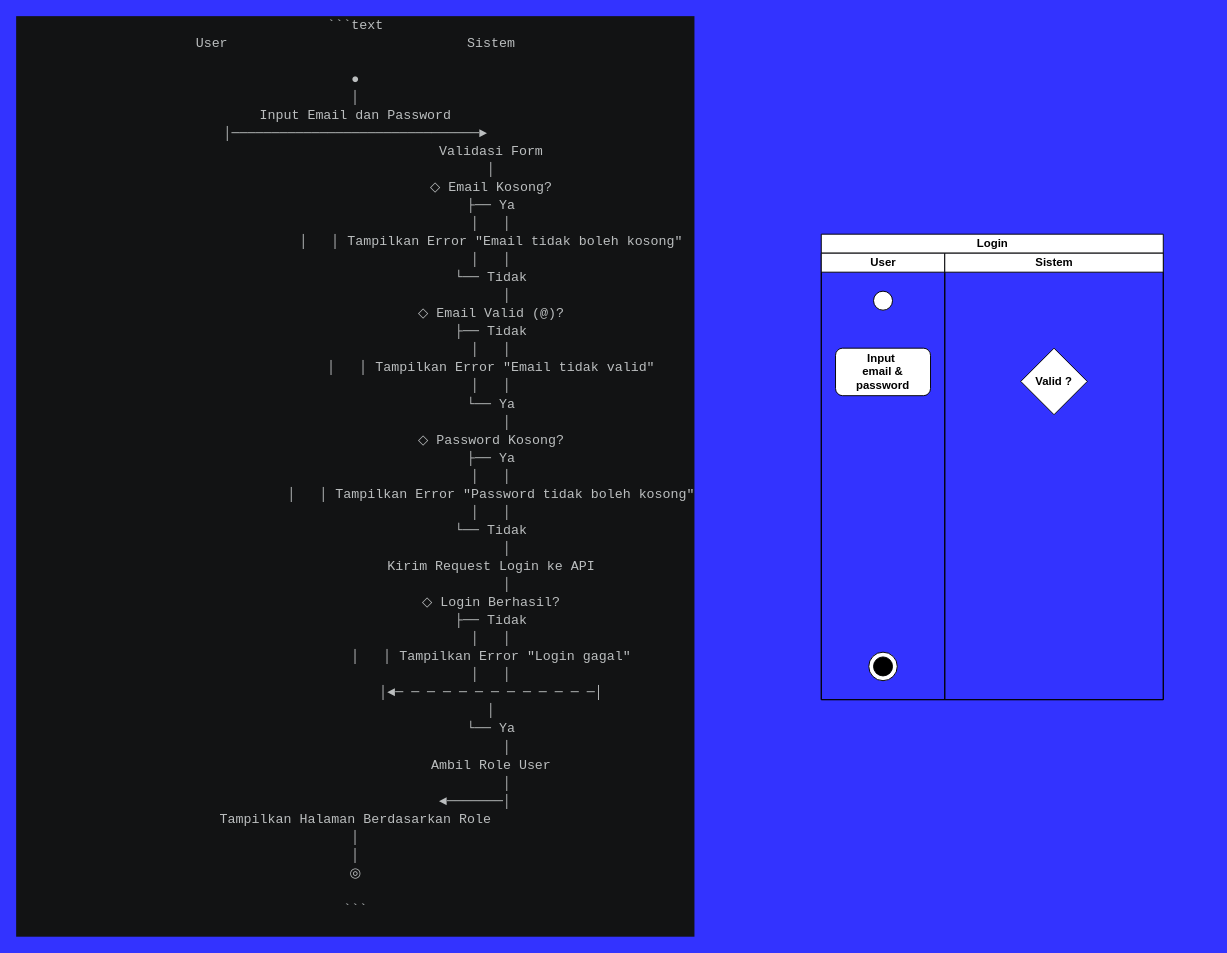
Before: page "login" (6 of 6) of assets/uml/activity-diagram.drawio in RIOKOWI/warmindo_purnama_flutter, a draw.io diagram. Source tidied: cells renumbered, new cells numbered last; positions are measured from the earlier drawing's top-left corner, leaving out a move shared by most shapes. Both pictures are drawn from the tidied source at 95%, with x=0, y=0 at pixel (327, 234).
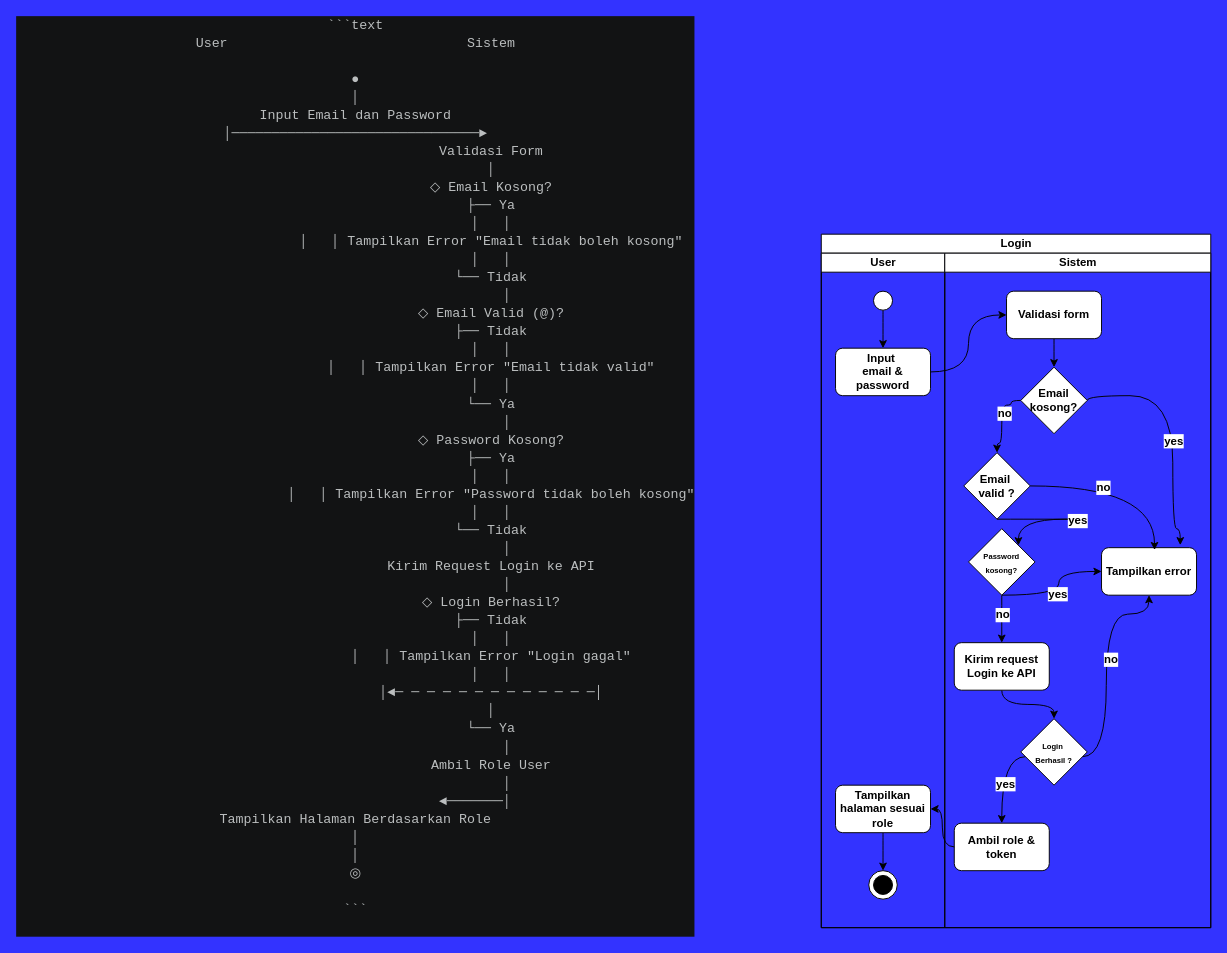
The same diagram, later.

Commit message:
docs(uml): activity diagram login

The change refers to these unchanged cells:
```xml
<mxCell id="5" style="ellipse;whiteSpace=wrap;html=1;strokeColor=default;align=center;verticalAlign=middle;fontFamily=Helvetica;fontSize=12;fontColor=default;fontStyle=1;fillColor=default;" parent="4" vertex="1">
  <mxGeometry x="55" y="40" width="20" height="20" as="geometry" />
</mxCell>
<mxCell id="7" style="ellipse;whiteSpace=wrap;html=1;strokeColor=default;align=center;verticalAlign=middle;fontFamily=Helvetica;fontSize=12;fontColor=default;fontStyle=1;fillColor=default;" parent="6" vertex="1">
  <mxGeometry width="30" height="30" as="geometry" />
</mxCell>
<mxCell id="9" value="Input&amp;nbsp;&lt;div&gt;email &amp;amp; password&lt;/div&gt;" style="rounded=1;whiteSpace=wrap;html=1;strokeColor=default;align=center;verticalAlign=middle;fontFamily=Helvetica;fontSize=12;fontColor=default;fontStyle=1;fillColor=default;" parent="4" vertex="1">
  <mxGeometry x="15" y="100" width="100" height="50" as="geometry" />
</mxCell>
```

Change to the diagram source:
```diff
@@
     <mxCell id="3" value="Login" style="swimlane;startSize=20;html=1;" parent="1" vertex="1">
-      <mxGeometry x="520" width="360" height="490" as="geometry" />
+      <mxGeometry x="520" width="410" height="730" as="geometry" />
     </mxCell>
     <mxCell id="4" value="User" style="swimlane;startSize=20;html=1;" parent="3" vertex="1">
-      <mxGeometry y="20" width="130" height="470" as="geometry" />
+      <mxGeometry y="20" width="130" height="710" as="geometry" />
     </mxCell>
+    <mxCell id="12" style="edgeStyle=orthogonalEdgeStyle;shape=connector;curved=1;rounded=1;html=1;strokeColor=default;align=center;verticalAlign=middle;fontFamily=Helvetica;fontSize=12;fontColor=default;fontStyle=1;labelBackgroundColor=default;endArrow=classic;" parent="4" edge="1" source="5" target="9">
+      <mxGeometry relative="1" as="geometry" />
+    </mxCell>
@@
     <mxCell id="6" style="group;" parent="4" vertex="1">
-      <mxGeometry x="50" y="420" width="30" height="30" as="geometry" />
+      <mxGeometry x="50" y="650" width="30" height="30" as="geometry" />
     </mxCell>
@@
+    <mxCell id="13" style="edgeStyle=orthogonalEdgeStyle;shape=connector;curved=1;rounded=1;html=1;entryX=0.5;entryY=0;entryDx=0;entryDy=0;strokeColor=default;align=center;verticalAlign=middle;fontFamily=Helvetica;fontSize=12;fontColor=default;fontStyle=1;labelBackgroundColor=default;endArrow=classic;" parent="4" edge="1" source="14" target="7">
+      <mxGeometry relative="1" as="geometry" />
+    </mxCell>
+    <mxCell id="14" value="Tampilkan halaman sesuai role" style="rounded=1;whiteSpace=wrap;html=1;strokeColor=default;align=center;verticalAlign=middle;fontFamily=Helvetica;fontSize=12;fontColor=default;fontStyle=1;fillColor=default;" parent="4" vertex="1">
+      <mxGeometry x="15" y="560" width="100" height="50" as="geometry" />
+    </mxCell>
     <mxCell id="10" value="Sistem" style="swimlane;startSize=20;html=1;" parent="3" vertex="1">
-      <mxGeometry x="130" y="20" width="230" height="470" as="geometry" />
+      <mxGeometry x="130" y="20" width="280" height="710" as="geometry" />
     </mxCell>
+    <mxCell id="15" style="edgeStyle=orthogonalEdgeStyle;shape=connector;curved=1;rounded=1;html=1;entryX=0.829;entryY=-0.053;entryDx=0;entryDy=0;strokeColor=default;align=center;verticalAlign=middle;fontFamily=Helvetica;fontSize=12;fontColor=default;fontStyle=1;labelBackgroundColor=default;endArrow=classic;entryPerimeter=0;exitX=1;exitY=0.5;exitDx=0;exitDy=0;" parent="10" edge="1" source="11" target="19">
+      <mxGeometry relative="1" as="geometry">
+        <Array as="points">
+          <mxPoint x="150" y="150" />
+          <mxPoint x="240" y="150" />
+          <mxPoint x="240" y="290" />
+          <mxPoint x="248" y="290" />
+        </Array>
+      </mxGeometry>
+    </mxCell>
+    <mxCell id="16" value="yes" style="edgeLabel;html=1;align=center;verticalAlign=middle;fontFamily=Helvetica;fontSize=12;fontColor=default;fontStyle=1;labelBackgroundColor=default;" parent="15" vertex="1">
+      <mxGeometry x="0.09" relative="1" as="geometry" />
+    </mxCell>
-    <mxCell id="11" value="Valid ?" style="rhombus;whiteSpace=wrap;html=1;strokeColor=default;align=center;verticalAlign=middle;fontFamily=Helvetica;fontSize=12;fontColor=default;fontStyle=1;fillColor=default;" parent="10" vertex="1">
-      <mxGeometry x="80" y="100" width="70" height="70" as="geometry" />
+    <mxCell id="11" value="Email kosong?" style="rhombus;whiteSpace=wrap;html=1;strokeColor=default;align=center;verticalAlign=middle;fontFamily=Helvetica;fontSize=12;fontColor=default;fontStyle=1;fillColor=default;" parent="10" vertex="1">
+      <mxGeometry x="80" y="120" width="70" height="70" as="geometry" />
     </mxCell>
+    <mxCell id="17" style="edgeStyle=orthogonalEdgeStyle;shape=connector;curved=1;rounded=1;html=1;strokeColor=default;align=center;verticalAlign=middle;fontFamily=Helvetica;fontSize=12;fontColor=default;fontStyle=1;labelBackgroundColor=default;endArrow=classic;" parent="10" edge="1" source="18" target="11">
+      <mxGeometry relative="1" as="geometry" />
+    </mxCell>
+    <mxCell id="18" value="Validasi form" style="rounded=1;whiteSpace=wrap;html=1;strokeColor=default;align=center;verticalAlign=middle;fontFamily=Helvetica;fontSize=12;fontColor=default;fontStyle=1;fillColor=default;" parent="10" vertex="1">
+      <mxGeometry x="65" y="40" width="100" height="50" as="geometry" />
+    </mxCell>
+    <mxCell id="19" value="Tampilkan error" style="rounded=1;whiteSpace=wrap;html=1;strokeColor=default;align=center;verticalAlign=middle;fontFamily=Helvetica;fontSize=12;fontColor=default;fontStyle=1;fillColor=default;" parent="10" vertex="1">
+      <mxGeometry x="165" y="310" width="100" height="50" as="geometry" />
+    </mxCell>
+    <mxCell id="20" style="edgeStyle=orthogonalEdgeStyle;shape=connector;curved=1;rounded=1;html=1;entryX=0.5;entryY=0;entryDx=0;entryDy=0;strokeColor=default;align=center;verticalAlign=middle;fontFamily=Helvetica;fontSize=12;fontColor=default;fontStyle=1;labelBackgroundColor=default;endArrow=classic;" parent="10" edge="1" source="24" target="26">
+      <mxGeometry relative="1" as="geometry" />
+    </mxCell>
+    <mxCell id="21" value="no" style="edgeLabel;html=1;align=center;verticalAlign=middle;fontFamily=Helvetica;fontSize=12;fontColor=default;fontStyle=1;labelBackgroundColor=default;" parent="20" vertex="1">
+      <mxGeometry x="-0.22" relative="1" as="geometry" />
+    </mxCell>
+    <mxCell id="22" style="edgeStyle=orthogonalEdgeStyle;shape=connector;curved=1;rounded=1;html=1;entryX=0;entryY=0.5;entryDx=0;entryDy=0;strokeColor=default;align=center;verticalAlign=middle;fontFamily=Helvetica;fontSize=12;fontColor=default;fontStyle=1;labelBackgroundColor=default;endArrow=classic;" parent="10" edge="1" source="24" target="19">
+      <mxGeometry relative="1" as="geometry">
+        <Array as="points">
+          <mxPoint x="120" y="360" />
+          <mxPoint x="120" y="335" />
+        </Array>
+      </mxGeometry>
+    </mxCell>
+    <mxCell id="23" value="yes" style="edgeLabel;html=1;align=center;verticalAlign=middle;fontFamily=Helvetica;fontSize=12;fontColor=default;fontStyle=1;labelBackgroundColor=default;" parent="22" vertex="1">
+      <mxGeometry x="-0.04" y="2" relative="1" as="geometry" />
+    </mxCell>
+    <mxCell id="24" value="&lt;font style=&quot;font-size: 8px;&quot;&gt;Password kosong?&lt;/font&gt;" style="rhombus;whiteSpace=wrap;html=1;strokeColor=default;align=center;verticalAlign=middle;fontFamily=Helvetica;fontSize=12;fontColor=default;fontStyle=1;fillColor=default;" parent="10" vertex="1">
+      <mxGeometry x="25" y="290" width="70" height="70" as="geometry" />
+    </mxCell>
+    <mxCell id="25" style="edgeStyle=orthogonalEdgeStyle;shape=connector;curved=1;rounded=1;html=1;strokeColor=default;align=center;verticalAlign=middle;fontFamily=Helvetica;fontSize=12;fontColor=default;fontStyle=1;labelBackgroundColor=default;endArrow=classic;" parent="10" edge="1" source="26" target="31">
+      <mxGeometry relative="1" as="geometry" />
+    </mxCell>
+    <mxCell id="26" value="Kirim request Login ke API" style="rounded=1;whiteSpace=wrap;html=1;strokeColor=default;align=center;verticalAlign=middle;fontFamily=Helvetica;fontSize=12;fontColor=default;fontStyle=1;fillColor=default;" parent="10" vertex="1">
+      <mxGeometry x="10" y="410" width="100" height="50" as="geometry" />
+    </mxCell>
+    <mxCell id="27" style="edgeStyle=orthogonalEdgeStyle;shape=connector;curved=1;rounded=1;html=1;entryX=0.5;entryY=0;entryDx=0;entryDy=0;strokeColor=default;align=center;verticalAlign=middle;fontFamily=Helvetica;fontSize=12;fontColor=default;fontStyle=1;labelBackgroundColor=default;endArrow=classic;" parent="10" edge="1" source="31" target="32">
+      <mxGeometry relative="1" as="geometry">
+        <Array as="points">
+          <mxPoint x="60" y="530" />
+        </Array>
+      </mxGeometry>
+    </mxCell>
+    <mxCell id="28" value="yes" style="edgeLabel;html=1;align=center;verticalAlign=middle;fontFamily=Helvetica;fontSize=12;fontColor=default;fontStyle=1;labelBackgroundColor=default;" parent="27" vertex="1">
+      <mxGeometry x="0.12" y="3" relative="1" as="geometry" />
+    </mxCell>
+    <mxCell id="29" style="edgeStyle=orthogonalEdgeStyle;shape=connector;curved=1;rounded=1;html=1;entryX=0.5;entryY=1;entryDx=0;entryDy=0;strokeColor=default;align=center;verticalAlign=middle;fontFamily=Helvetica;fontSize=12;fontColor=default;fontStyle=1;labelBackgroundColor=default;endArrow=classic;" parent="10" edge="1" source="31" target="19">
+      <mxGeometry relative="1" as="geometry">
+        <Array as="points">
+          <mxPoint x="170" y="530" />
+          <mxPoint x="170" y="380" />
+          <mxPoint x="215" y="380" />
+        </Array>
+      </mxGeometry>
+    </mxCell>
+    <mxCell id="30" value="no" style="edgeLabel;html=1;align=center;verticalAlign=middle;fontFamily=Helvetica;fontSize=12;fontColor=default;fontStyle=1;labelBackgroundColor=default;" parent="29" vertex="1">
+      <mxGeometry x="0.07" y="-4" relative="1" as="geometry" />
+    </mxCell>
+    <mxCell id="31" value="&lt;font style=&quot;font-size: 8px;&quot;&gt;Login&amp;nbsp;&lt;/font&gt;&lt;div&gt;&lt;font style=&quot;font-size: 8px;&quot;&gt;Berhasil ?&lt;/font&gt;&lt;/div&gt;" style="rhombus;whiteSpace=wrap;html=1;strokeColor=default;align=center;verticalAlign=middle;fontFamily=Helvetica;fontSize=12;fontColor=default;fontStyle=1;fillColor=default;" parent="10" vertex="1">
+      <mxGeometry x="80" y="490" width="70" height="70" as="geometry" />
+    </mxCell>
+    <mxCell id="32" value="Ambil role &amp;amp; token" style="rounded=1;whiteSpace=wrap;html=1;strokeColor=default;align=center;verticalAlign=middle;fontFamily=Helvetica;fontSize=12;fontColor=default;fontStyle=1;fillColor=default;" parent="10" vertex="1">
+      <mxGeometry x="10" y="600" width="100" height="50" as="geometry" />
+    </mxCell>
+    <mxCell id="33" value="Email&amp;nbsp;&lt;div&gt;valid ?&lt;/div&gt;" style="rhombus;whiteSpace=wrap;html=1;strokeColor=default;align=center;verticalAlign=middle;fontFamily=Helvetica;fontSize=12;fontColor=default;fontStyle=1;fillColor=default;" parent="10" vertex="1">
+      <mxGeometry x="20" y="210" width="70" height="70" as="geometry" />
+    </mxCell>
+    <mxCell id="34" style="edgeStyle=orthogonalEdgeStyle;shape=connector;curved=1;rounded=1;html=1;entryX=0.5;entryY=0;entryDx=0;entryDy=0;strokeColor=default;align=center;verticalAlign=middle;fontFamily=Helvetica;fontSize=12;fontColor=default;fontStyle=1;labelBackgroundColor=default;endArrow=classic;exitX=0;exitY=0.5;exitDx=0;exitDy=0;" parent="10" edge="1" source="11" target="33">
+      <mxGeometry relative="1" as="geometry">
+        <Array as="points">
+          <mxPoint x="70" y="155" />
+          <mxPoint x="70" y="160" />
+          <mxPoint x="60" y="160" />
+          <mxPoint x="60" y="200" />
+          <mxPoint x="55" y="200" />
+        </Array>
+      </mxGeometry>
+    </mxCell>
+    <mxCell id="35" value="no" style="edgeLabel;html=1;align=center;verticalAlign=middle;fontFamily=Helvetica;fontSize=12;fontColor=default;fontStyle=1;labelBackgroundColor=default;" parent="34" vertex="1">
+      <mxGeometry x="-0.18" y="2" relative="1" as="geometry" />
+    </mxCell>
+    <mxCell id="36" style="edgeStyle=orthogonalEdgeStyle;shape=connector;curved=1;rounded=1;html=1;entryX=0.558;entryY=0.05;entryDx=0;entryDy=0;entryPerimeter=0;strokeColor=default;align=center;verticalAlign=middle;fontFamily=Helvetica;fontSize=12;fontColor=default;fontStyle=1;labelBackgroundColor=default;endArrow=classic;exitX=1;exitY=0.5;exitDx=0;exitDy=0;" parent="10" edge="1" source="33" target="19">
+      <mxGeometry relative="1" as="geometry" />
+    </mxCell>
+    <mxCell id="37" value="no" style="edgeLabel;html=1;align=center;verticalAlign=middle;fontFamily=Helvetica;fontSize=12;fontColor=default;fontStyle=1;labelBackgroundColor=default;" parent="36" vertex="1">
+      <mxGeometry x="-0.23" y="-1" relative="1" as="geometry" />
+    </mxCell>
+    <mxCell id="38" style="edgeStyle=orthogonalEdgeStyle;shape=connector;curved=1;rounded=1;html=1;entryX=1;entryY=0;entryDx=0;entryDy=0;strokeColor=default;align=center;verticalAlign=middle;fontFamily=Helvetica;fontSize=12;fontColor=default;fontStyle=1;labelBackgroundColor=default;endArrow=classic;" parent="10" edge="1" source="33" target="24">
+      <mxGeometry relative="1" as="geometry">
+        <Array as="points">
+          <mxPoint x="175" y="280" />
+          <mxPoint x="77" y="280" />
+        </Array>
+      </mxGeometry>
+    </mxCell>
+    <mxCell id="39" value="yes" style="edgeLabel;html=1;align=center;verticalAlign=middle;fontFamily=Helvetica;fontSize=12;fontColor=default;fontStyle=1;labelBackgroundColor=default;" parent="38" vertex="1">
+      <mxGeometry x="0.27" y="1" relative="1" as="geometry" />
+    </mxCell>
+    <mxCell id="40" style="edgeStyle=orthogonalEdgeStyle;shape=connector;curved=1;rounded=1;html=1;entryX=0;entryY=0.5;entryDx=0;entryDy=0;strokeColor=default;align=center;verticalAlign=middle;fontFamily=Helvetica;fontSize=12;fontColor=default;fontStyle=1;labelBackgroundColor=default;endArrow=classic;" parent="3" edge="1" source="9" target="18">
+      <mxGeometry relative="1" as="geometry" />
+    </mxCell>
+    <mxCell id="41" style="edgeStyle=orthogonalEdgeStyle;shape=connector;curved=1;rounded=1;html=1;entryX=1;entryY=0.5;entryDx=0;entryDy=0;strokeColor=default;align=center;verticalAlign=middle;fontFamily=Helvetica;fontSize=12;fontColor=default;fontStyle=1;labelBackgroundColor=default;endArrow=classic;" parent="3" edge="1" source="32" target="14">
+      <mxGeometry relative="1" as="geometry" />
+    </mxCell>
```
